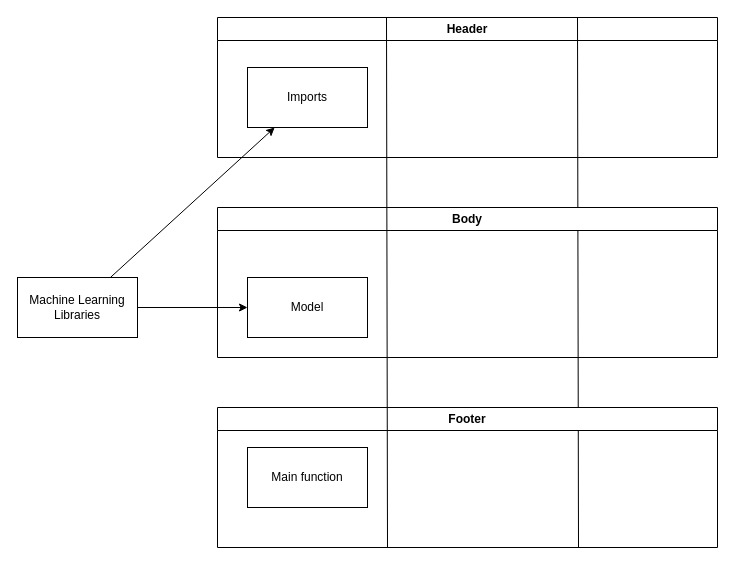
Before: Untitled Diagram.drawio in GloC99/diagrams, a draw.io diagram. Source tidied: cells renumbered, new cells numbered last; positions are measured from the earlier drawing's top-left corner, leaving out a move shared by most shapes. Both pictures are drawn from the tidied source at 100%, with x=0, y=0 at pixel (17, 17).
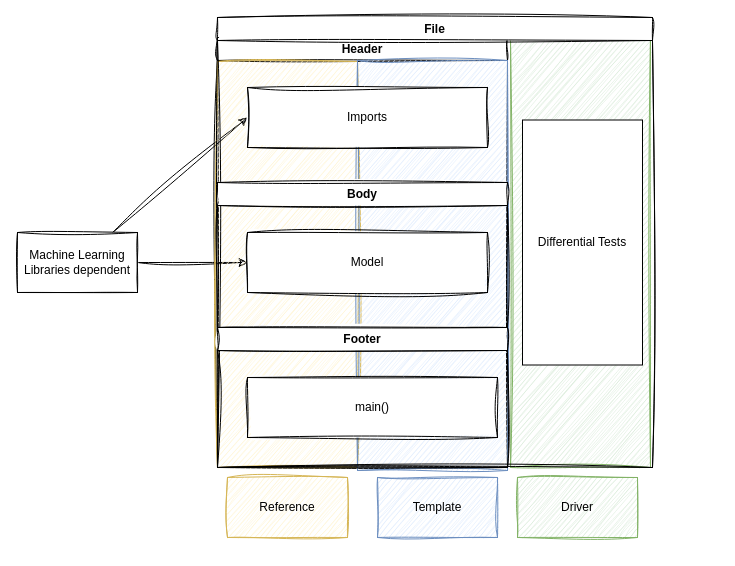
Above is the later version.

What changed in the source:
```diff
@@
 <mxGraphModel>
   <root>
     <mxCell id="0" />
     <mxCell id="1" parent="0" />
+    <mxCell id="13" style="rounded=0;whiteSpace=wrap;html=1;fillColor=#d5e8d4;strokeColor=#82b366;sketch=1;curveFitting=1;jiggle=2;" parent="1" vertex="1">
+      <mxGeometry x="493" y="20" width="140" height="430" as="geometry" />
+    </mxCell>
-    <mxCell id="2" style="rounded=0;jettySize=auto;html=1;" parent="1" edge="1" source="4" target="6">
+    <mxCell id="2" style="rounded=0;jettySize=auto;html=1;entryX=0;entryY=0.5;entryDx=0;entryDy=0;sketch=1;curveFitting=1;jiggle=2;" parent="1" edge="1" source="4" target="6">
       <mxGeometry relative="1" as="geometry" />
     </mxCell>
-    <mxCell id="3" style="rounded=0;jettySize=auto;html=1;" parent="1" edge="1" source="4" target="9">
+    <mxCell id="3" style="rounded=0;jettySize=auto;html=1;sketch=1;curveFitting=1;jiggle=2;" parent="1" edge="1" source="4" target="9">
       <mxGeometry relative="1" as="geometry" />
     </mxCell>
-    <mxCell id="4" value="Machine Learning Libraries" style="rounded=0;whiteSpace=wrap;html=1;" parent="1" vertex="1">
-      <mxGeometry y="260" width="120" height="60" as="geometry" />
+    <mxCell id="4" value="Machine Learning Libraries dependent" style="rounded=0;whiteSpace=wrap;html=1;sketch=1;curveFitting=1;jiggle=2;" parent="1" vertex="1">
+      <mxGeometry y="215" width="120" height="60" as="geometry" />
     </mxCell>
-    <mxCell id="5" value="Header" style="swimlane;whiteSpace=wrap;html=1;" parent="1" vertex="1">
-      <mxGeometry x="200" width="500" height="140" as="geometry" />
+    <mxCell id="5" value="Header" style="swimlane;whiteSpace=wrap;html=1;sketch=1;curveFitting=1;jiggle=2;" parent="1" vertex="1">
+      <mxGeometry x="200" y="20" width="290" height="430" as="geometry" />
     </mxCell>
+    <mxCell id="14" style="rounded=0;whiteSpace=wrap;html=1;fillColor=#fff2cc;strokeColor=#d6b656;sketch=1;curveFitting=1;jiggle=2;" parent="5" vertex="1">
+      <mxGeometry y="24" width="140" height="406" as="geometry" />
+    </mxCell>
+    <mxCell id="15" style="rounded=0;whiteSpace=wrap;html=1;fillColor=#dae8fc;strokeColor=#6c8ebf;sketch=1;curveFitting=1;jiggle=2;" parent="5" vertex="1">
+      <mxGeometry x="140" y="23" width="150" height="410" as="geometry" />
+    </mxCell>
-    <mxCell id="6" value="Imports" style="rounded=0;whiteSpace=wrap;html=1;" parent="5" vertex="1">
-      <mxGeometry x="30" y="50" width="120" height="60" as="geometry" />
+    <mxCell id="6" value="Imports" style="rounded=0;whiteSpace=wrap;html=1;sketch=1;curveFitting=1;jiggle=2;" parent="5" vertex="1">
+      <mxGeometry x="30" y="50" width="240" height="60" as="geometry" />
     </mxCell>
-    <mxCell id="7" style="endArrow=none;html=1;rounded=0;entryX=0.338;entryY=0;entryDx=0;entryDy=0;entryPerimeter=0;" parent="5" edge="1">
-      <mxGeometry relative="1" as="geometry">
-        <mxPoint x="361" y="530" as="sourcePoint" />
-        <mxPoint x="360" as="targetPoint" />
-      </mxGeometry>
-    </mxCell>
+    <mxCell id="16" value="File" style="swimlane;whiteSpace=wrap;html=1;sketch=1;curveFitting=1;jiggle=2;startSize=23;" parent="5" vertex="1">
+      <mxGeometry y="-20" width="435" height="450" as="geometry" />
+    </mxCell>
+    <mxCell id="17" value="Differential Tests" style="rounded=0;whiteSpace=wrap;html=1;" parent="16" vertex="1">
+      <mxGeometry x="305" y="102.5" width="120" height="245" as="geometry" />
+    </mxCell>
-    <mxCell id="8" value="Body" style="swimlane;whiteSpace=wrap;html=1;" parent="1" vertex="1">
-      <mxGeometry x="200" y="190" width="500" height="150" as="geometry" />
+    <mxCell id="8" value="Body" style="swimlane;whiteSpace=wrap;html=1;sketch=1;curveFitting=1;jiggle=2;" parent="1" vertex="1">
+      <mxGeometry x="200" y="165" width="290" height="145" as="geometry" />
     </mxCell>
-    <mxCell id="9" value="Model" style="rounded=0;whiteSpace=wrap;html=1;" parent="8" vertex="1">
-      <mxGeometry x="30" y="70" width="120" height="60" as="geometry" />
+    <mxCell id="9" value="Model" style="rounded=0;whiteSpace=wrap;html=1;sketch=1;curveFitting=1;jiggle=2;" parent="8" vertex="1">
+      <mxGeometry x="30" y="50" width="240" height="60" as="geometry" />
     </mxCell>
-    <mxCell id="10" value="Footer" style="swimlane;whiteSpace=wrap;html=1;" parent="1" vertex="1">
-      <mxGeometry x="200" y="390" width="500" height="140" as="geometry" />
+    <mxCell id="10" value="Footer" style="swimlane;whiteSpace=wrap;html=1;sketch=1;curveFitting=1;jiggle=2;" parent="1" vertex="1">
+      <mxGeometry x="200" y="310" width="290" height="140" as="geometry" />
     </mxCell>
-    <mxCell id="11" value="Main function" style="rounded=0;whiteSpace=wrap;html=1;" parent="10" vertex="1">
-      <mxGeometry x="30" y="40" width="120" height="60" as="geometry" />
+    <mxCell id="11" value="main()" style="rounded=0;whiteSpace=wrap;html=1;sketch=1;curveFitting=1;jiggle=2;" parent="10" vertex="1">
+      <mxGeometry x="30" y="50" width="250" height="60" as="geometry" />
     </mxCell>
-    <mxCell id="12" style="endArrow=none;html=1;rounded=0;entryX=0.338;entryY=0;entryDx=0;entryDy=0;entryPerimeter=0;" parent="1" edge="1" target="5">
-      <mxGeometry relative="1" as="geometry">
-        <mxPoint x="370" y="530" as="sourcePoint" />
-      </mxGeometry>
-    </mxCell>
+    <mxCell id="18" value="Reference" style="rounded=0;whiteSpace=wrap;html=1;sketch=1;curveFitting=1;jiggle=2;fillColor=#fff2cc;strokeColor=#d6b656;" parent="1" vertex="1">
+      <mxGeometry x="210" y="460" width="120" height="60" as="geometry" />
+    </mxCell>
+    <mxCell id="19" value="Template" style="rounded=0;whiteSpace=wrap;html=1;sketch=1;curveFitting=1;jiggle=2;fillColor=#dae8fc;strokeColor=#6c8ebf;" parent="1" vertex="1">
+      <mxGeometry x="360" y="460" width="120" height="60" as="geometry" />
+    </mxCell>
+    <mxCell id="20" value="Driver" style="rounded=0;whiteSpace=wrap;html=1;sketch=1;curveFitting=1;jiggle=2;fillColor=#d5e8d4;strokeColor=#82b366;" parent="1" vertex="1">
+      <mxGeometry x="500" y="460" width="120" height="60" as="geometry" />
+    </mxCell>
   </root>
 </mxGraphModel>
```
